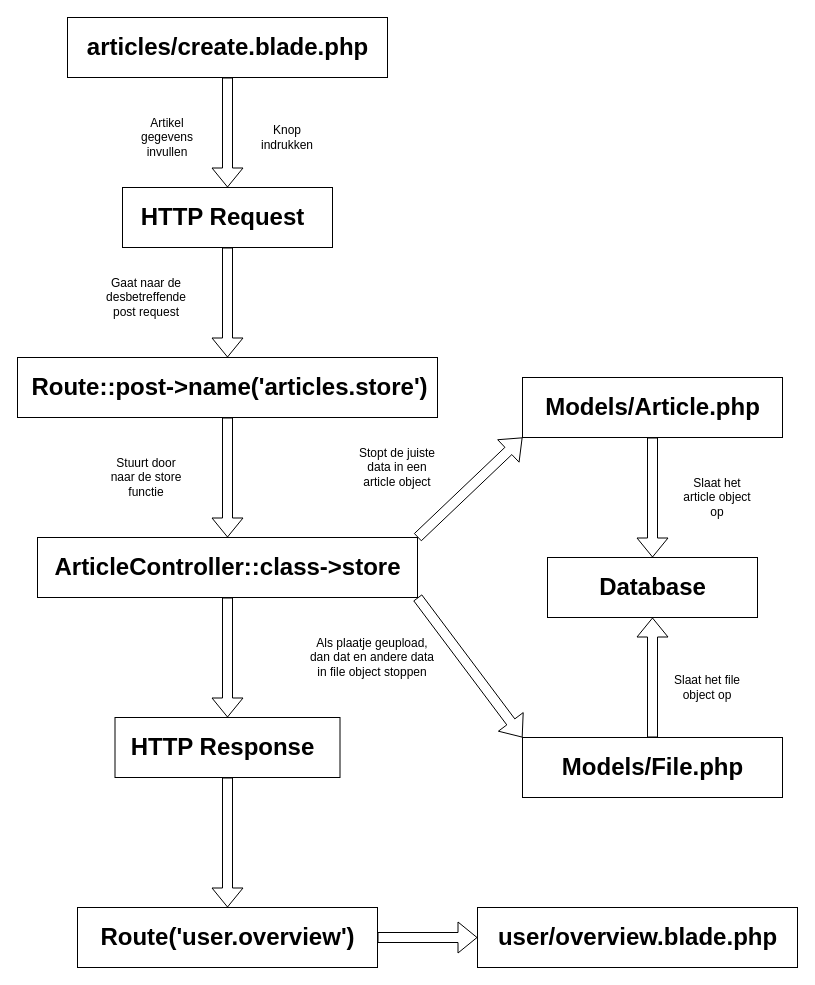
The draw.io diagram Weblog_Post.drawio in janderkkotlarski/laravel_weblog, before the edit. Source tidied: cells renumbered, new cells numbered last; positions are measured from the earlier drawing's top-left corner, leaving out a move shared by most shapes. Both pictures are drawn from the tidied source at 100%, with x=0, y=0 at pixel (17, 17).
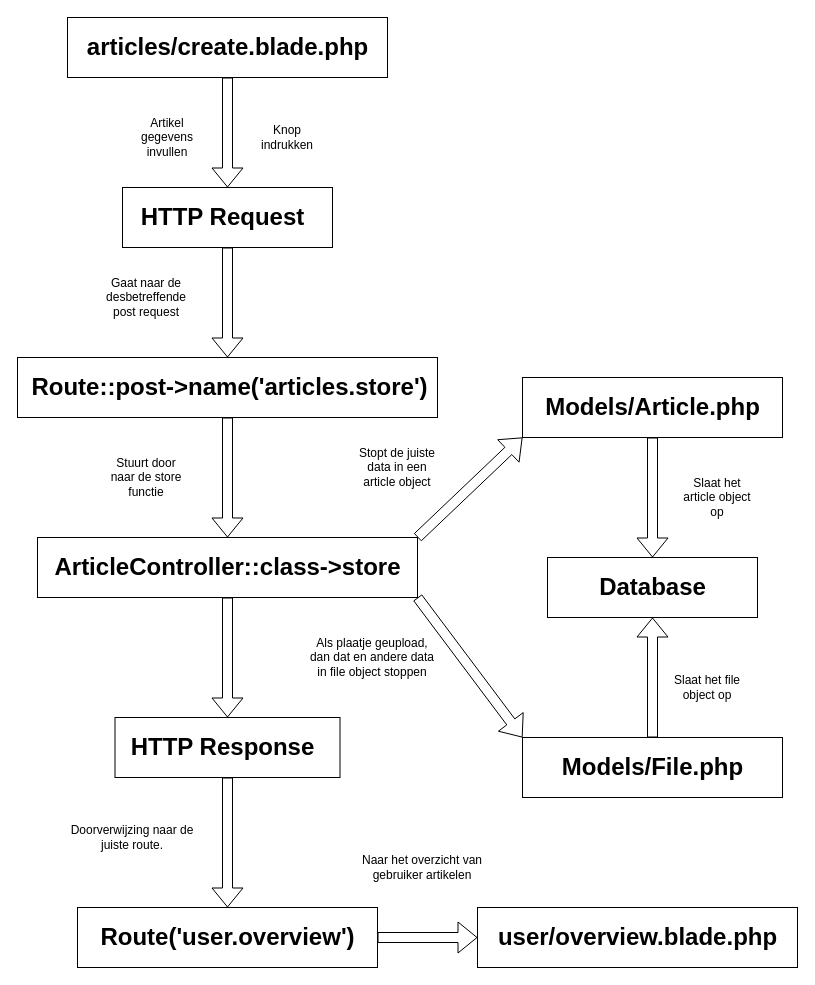
The same page after the edit.

Commit message:
Finished the weblog...

Change to the diagram source:
```diff
@@
+    <mxCell id="51" value="Doorverwijzing naar de juiste route." style="text;html=1;strokeColor=none;fillColor=none;align=center;verticalAlign=middle;whiteSpace=wrap;overflow=hidden;" parent="1" vertex="1">
+      <mxGeometry x="50" y="790" width="130" height="60" as="geometry" />
+    </mxCell>
+    <mxCell id="52" value="Naar het overzicht van gebruiker artikelen" style="text;html=1;strokeColor=none;fillColor=none;align=center;verticalAlign=middle;whiteSpace=wrap;overflow=hidden;" parent="1" vertex="1">
+      <mxGeometry x="340" y="820" width="130" height="60" as="geometry" />
+    </mxCell>
```
